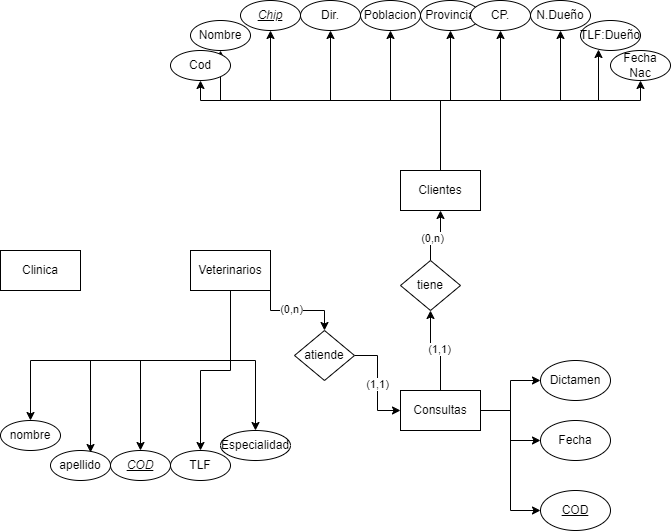
adogonz23/BAE keeps this draw.io diagram as Ejercicios/images/Diagrama_BAE_E4.drawio.png. Above is the earlier version. Source tidied: cells renumbered, new cells last; positions are measured from the earlier drawing's top-left corner, leaving out a move shared by most shapes. Source of this version:
```xml
<mxGraphModel background="#FFFFFF">
  <root>
    <mxCell id="0" />
    <mxCell id="1" parent="0" />
    <mxCell id="2" value="Clinica" style="rounded=0;whiteSpace=wrap;html=1;" parent="1" vertex="1">
      <mxGeometry y="250" width="80" height="40" as="geometry" />
    </mxCell>
    <mxCell id="3" style="edgeStyle=orthogonalEdgeStyle;rounded=0;jettySize=auto;html=1;entryX=0.5;entryY=1;entryDx=0;entryDy=0;" parent="1" edge="1" source="8" target="31">
      <mxGeometry relative="1" as="geometry" />
    </mxCell>
    <mxCell id="4" value="(1,1)" style="edgeLabel;html=1;align=center;verticalAlign=middle;" parent="3" vertex="1">
      <mxGeometry x="-0.07" y="-2" relative="1" as="geometry" />
    </mxCell>
    <mxCell id="5" style="edgeStyle=orthogonalEdgeStyle;rounded=0;jettySize=auto;html=1;" parent="1" edge="1" source="8" target="49">
      <mxGeometry relative="1" as="geometry" />
    </mxCell>
    <mxCell id="6" style="edgeStyle=orthogonalEdgeStyle;rounded=0;jettySize=auto;html=1;entryX=0;entryY=0.5;entryDx=0;entryDy=0;" parent="1" edge="1" source="8" target="47">
      <mxGeometry relative="1" as="geometry" />
    </mxCell>
    <mxCell id="7" style="edgeStyle=orthogonalEdgeStyle;rounded=0;jettySize=auto;html=1;entryX=0;entryY=0.5;entryDx=0;entryDy=0;" parent="1" edge="1" source="8" target="48">
      <mxGeometry relative="1" as="geometry" />
    </mxCell>
    <mxCell id="8" value="Consultas" style="rounded=0;whiteSpace=wrap;html=1;" parent="1" vertex="1">
      <mxGeometry x="400" y="390" width="80" height="40" as="geometry" />
    </mxCell>
    <mxCell id="9" style="edgeStyle=orthogonalEdgeStyle;rounded=0;jettySize=auto;html=1;entryX=0.5;entryY=1;entryDx=0;entryDy=0;" parent="1" edge="1" source="18" target="33">
      <mxGeometry relative="1" as="geometry" />
    </mxCell>
    <mxCell id="10" style="edgeStyle=orthogonalEdgeStyle;rounded=0;jettySize=auto;html=1;entryX=0.5;entryY=1;entryDx=0;entryDy=0;" parent="1" edge="1" source="18" target="37">
      <mxGeometry relative="1" as="geometry">
        <Array as="points">
          <mxPoint x="440" y="100" />
          <mxPoint x="640" y="100" />
        </Array>
      </mxGeometry>
    </mxCell>
    <mxCell id="11" style="edgeStyle=orthogonalEdgeStyle;rounded=0;jettySize=auto;html=1;entryX=0.5;entryY=1;entryDx=0;entryDy=0;" parent="1" edge="1" source="18" target="39">
      <mxGeometry relative="1" as="geometry">
        <Array as="points">
          <mxPoint x="440" y="100" />
          <mxPoint x="560" y="100" />
        </Array>
      </mxGeometry>
    </mxCell>
    <mxCell id="12" style="edgeStyle=orthogonalEdgeStyle;rounded=0;jettySize=auto;html=1;entryX=0.5;entryY=1;entryDx=0;entryDy=0;" parent="1" edge="1" source="18" target="41">
      <mxGeometry relative="1" as="geometry" />
    </mxCell>
    <mxCell id="13" style="edgeStyle=orthogonalEdgeStyle;rounded=0;jettySize=auto;html=1;entryX=0.5;entryY=1;entryDx=0;entryDy=0;" parent="1" edge="1" source="18" target="40">
      <mxGeometry relative="1" as="geometry" />
    </mxCell>
    <mxCell id="14" style="edgeStyle=orthogonalEdgeStyle;rounded=0;jettySize=auto;html=1;entryX=0.5;entryY=1;entryDx=0;entryDy=0;" parent="1" edge="1" source="18" target="35">
      <mxGeometry relative="1" as="geometry">
        <Array as="points">
          <mxPoint x="440" y="100" />
          <mxPoint x="330" y="100" />
        </Array>
      </mxGeometry>
    </mxCell>
    <mxCell id="15" style="edgeStyle=orthogonalEdgeStyle;rounded=0;jettySize=auto;html=1;entryX=0.5;entryY=1;entryDx=0;entryDy=0;" parent="1" edge="1" source="18" target="34">
      <mxGeometry relative="1" as="geometry">
        <Array as="points">
          <mxPoint x="440" y="100" />
          <mxPoint x="270" y="100" />
        </Array>
      </mxGeometry>
    </mxCell>
    <mxCell id="16" style="edgeStyle=orthogonalEdgeStyle;rounded=0;jettySize=auto;html=1;" parent="1" edge="1" source="18" target="36">
      <mxGeometry relative="1" as="geometry">
        <Array as="points">
          <mxPoint x="440" y="100" />
          <mxPoint x="220" y="100" />
        </Array>
      </mxGeometry>
    </mxCell>
    <mxCell id="17" style="edgeStyle=orthogonalEdgeStyle;rounded=0;jettySize=auto;html=1;" parent="1" edge="1" source="18" target="32">
      <mxGeometry relative="1" as="geometry">
        <Array as="points">
          <mxPoint x="440" y="100" />
          <mxPoint x="200" y="100" />
        </Array>
      </mxGeometry>
    </mxCell>
    <mxCell id="18" value="Clientes" style="rounded=0;whiteSpace=wrap;html=1;" parent="1" vertex="1">
      <mxGeometry x="400" y="170" width="80" height="40" as="geometry" />
    </mxCell>
    <mxCell id="19" style="edgeStyle=orthogonalEdgeStyle;rounded=0;jettySize=auto;html=1;exitX=1;exitY=1;exitDx=0;exitDy=0;" parent="1" edge="1" source="25" target="28">
      <mxGeometry relative="1" as="geometry" />
    </mxCell>
    <mxCell id="20" value="(0,n)" style="edgeLabel;html=1;align=center;verticalAlign=middle;" parent="19" vertex="1">
      <mxGeometry x="-0.15" y="2" relative="1" as="geometry" />
    </mxCell>
    <mxCell id="21" style="edgeStyle=orthogonalEdgeStyle;rounded=0;jettySize=auto;html=1;entryX=0.5;entryY=0;entryDx=0;entryDy=0;" parent="1" edge="1" source="25" target="45">
      <mxGeometry relative="1" as="geometry" />
    </mxCell>
    <mxCell id="22" style="edgeStyle=orthogonalEdgeStyle;rounded=0;jettySize=auto;html=1;entryX=0.5;entryY=0;entryDx=0;entryDy=0;" parent="1" edge="1" source="25" target="46">
      <mxGeometry relative="1" as="geometry" />
    </mxCell>
    <mxCell id="23" style="edgeStyle=orthogonalEdgeStyle;rounded=0;jettySize=auto;html=1;entryX=0.5;entryY=0;entryDx=0;entryDy=0;" parent="1" edge="1" source="25" target="44">
      <mxGeometry relative="1" as="geometry">
        <Array as="points">
          <mxPoint x="230" y="360" />
          <mxPoint x="140" y="360" />
        </Array>
      </mxGeometry>
    </mxCell>
    <mxCell id="24" style="edgeStyle=orthogonalEdgeStyle;rounded=0;jettySize=auto;html=1;entryX=0.5;entryY=0;entryDx=0;entryDy=0;" parent="1" edge="1" source="25" target="42">
      <mxGeometry relative="1" as="geometry">
        <Array as="points">
          <mxPoint x="230" y="360" />
          <mxPoint x="30" y="360" />
        </Array>
      </mxGeometry>
    </mxCell>
    <mxCell id="25" value="Veterinarios" style="rounded=0;whiteSpace=wrap;html=1;" parent="1" vertex="1">
      <mxGeometry x="190" y="250" width="80" height="40" as="geometry" />
    </mxCell>
    <mxCell id="26" style="edgeStyle=orthogonalEdgeStyle;rounded=0;jettySize=auto;html=1;entryX=0;entryY=0.5;entryDx=0;entryDy=0;" parent="1" edge="1" source="28" target="8">
      <mxGeometry relative="1" as="geometry" />
    </mxCell>
    <mxCell id="27" value="(1,1)" style="edgeLabel;html=1;align=center;verticalAlign=middle;" parent="26" vertex="1">
      <mxGeometry x="0.01" y="-1" relative="1" as="geometry" />
    </mxCell>
    <mxCell id="28" value="atiende" style="rhombus;whiteSpace=wrap;html=1;" parent="1" vertex="1">
      <mxGeometry x="294" y="330" width="60" height="50" as="geometry" />
    </mxCell>
    <mxCell id="29" style="edgeStyle=orthogonalEdgeStyle;rounded=0;jettySize=auto;html=1;entryX=0.5;entryY=1;entryDx=0;entryDy=0;" parent="1" edge="1" source="31" target="18">
      <mxGeometry relative="1" as="geometry" />
    </mxCell>
    <mxCell id="30" value="(0,n)" style="edgeLabel;html=1;align=center;verticalAlign=middle;" parent="29" vertex="1">
      <mxGeometry x="-0.23" y="-1" relative="1" as="geometry" />
    </mxCell>
    <mxCell id="31" value="tiene" style="rhombus;whiteSpace=wrap;html=1;" parent="1" vertex="1">
      <mxGeometry x="400" y="260" width="60" height="50" as="geometry" />
    </mxCell>
    <mxCell id="32" value="Cod" style="ellipse;whiteSpace=wrap;html=1;" parent="1" vertex="1">
      <mxGeometry x="170" y="50" width="60" height="30" as="geometry" />
    </mxCell>
    <mxCell id="33" value="Provincia" style="ellipse;whiteSpace=wrap;html=1;" parent="1" vertex="1">
      <mxGeometry x="420" width="60" height="30" as="geometry" />
    </mxCell>
    <mxCell id="34" value="&lt;i&gt;&lt;u&gt;Chip&lt;/u&gt;&lt;/i&gt;" style="ellipse;whiteSpace=wrap;html=1;" parent="1" vertex="1">
      <mxGeometry x="240" width="60" height="30" as="geometry" />
    </mxCell>
    <mxCell id="35" value="Dir." style="ellipse;whiteSpace=wrap;html=1;" parent="1" vertex="1">
      <mxGeometry x="300" width="60" height="30" as="geometry" />
    </mxCell>
    <mxCell id="36" value="Nombre" style="ellipse;whiteSpace=wrap;html=1;" parent="1" vertex="1">
      <mxGeometry x="190" y="20" width="60" height="30" as="geometry" />
    </mxCell>
    <mxCell id="37" value="Fecha Nac" style="ellipse;whiteSpace=wrap;html=1;" parent="1" vertex="1">
      <mxGeometry x="610" y="50" width="60" height="30" as="geometry" />
    </mxCell>
    <mxCell id="38" value="TLF:Dueño" style="ellipse;whiteSpace=wrap;html=1;" parent="1" vertex="1">
      <mxGeometry x="580" y="20" width="60" height="30" as="geometry" />
    </mxCell>
    <mxCell id="39" value="N.Dueño" style="ellipse;whiteSpace=wrap;html=1;" parent="1" vertex="1">
      <mxGeometry x="530" width="60" height="30" as="geometry" />
    </mxCell>
    <mxCell id="40" value="Poblacion" style="ellipse;whiteSpace=wrap;html=1;" parent="1" vertex="1">
      <mxGeometry x="360" width="60" height="30" as="geometry" />
    </mxCell>
    <mxCell id="41" value="CP." style="ellipse;whiteSpace=wrap;html=1;" parent="1" vertex="1">
      <mxGeometry x="470" width="60" height="30" as="geometry" />
    </mxCell>
    <mxCell id="42" value="nombre" style="ellipse;whiteSpace=wrap;html=1;" parent="1" vertex="1">
      <mxGeometry y="420" width="60" height="30" as="geometry" />
    </mxCell>
    <mxCell id="43" value="apellido" style="ellipse;whiteSpace=wrap;html=1;" parent="1" vertex="1">
      <mxGeometry x="50" y="450" width="60" height="30" as="geometry" />
    </mxCell>
    <mxCell id="44" value="&lt;i&gt;&lt;u&gt;COD&lt;/u&gt;&lt;/i&gt;" style="ellipse;whiteSpace=wrap;html=1;" parent="1" vertex="1">
      <mxGeometry x="110" y="450" width="60" height="30" as="geometry" />
    </mxCell>
    <mxCell id="45" value="Especialidad" style="ellipse;whiteSpace=wrap;html=1;" parent="1" vertex="1">
      <mxGeometry x="220" y="430" width="70" height="30" as="geometry" />
    </mxCell>
    <mxCell id="46" value="TLF" style="ellipse;whiteSpace=wrap;html=1;" parent="1" vertex="1">
      <mxGeometry x="170" y="450" width="60" height="30" as="geometry" />
    </mxCell>
    <mxCell id="47" value="Fecha" style="ellipse;whiteSpace=wrap;html=1;" parent="1" vertex="1">
      <mxGeometry x="540" y="420" width="70" height="40" as="geometry" />
    </mxCell>
    <mxCell id="48" value="&lt;u&gt;COD&lt;/u&gt;" style="ellipse;whiteSpace=wrap;html=1;" parent="1" vertex="1">
      <mxGeometry x="540" y="490" width="70" height="40" as="geometry" />
    </mxCell>
    <mxCell id="49" value="Dictamen" style="ellipse;whiteSpace=wrap;html=1;" parent="1" vertex="1">
      <mxGeometry x="540" y="360" width="70" height="40" as="geometry" />
    </mxCell>
    <mxCell id="50" style="edgeStyle=orthogonalEdgeStyle;rounded=0;jettySize=auto;html=1;entryX=0.667;entryY=0.067;entryDx=0;entryDy=0;entryPerimeter=0;" parent="1" edge="1" source="25" target="43">
      <mxGeometry relative="1" as="geometry">
        <Array as="points">
          <mxPoint x="230" y="360" />
          <mxPoint x="90" y="360" />
        </Array>
      </mxGeometry>
    </mxCell>
    <mxCell id="51" style="edgeStyle=orthogonalEdgeStyle;rounded=0;jettySize=auto;html=1;entryX=0.3;entryY=0.967;entryDx=0;entryDy=0;entryPerimeter=0;" parent="1" edge="1" source="18" target="38">
      <mxGeometry relative="1" as="geometry">
        <Array as="points">
          <mxPoint x="440" y="100" />
          <mxPoint x="598" y="100" />
        </Array>
      </mxGeometry>
    </mxCell>
  </root>
</mxGraphModel>
```
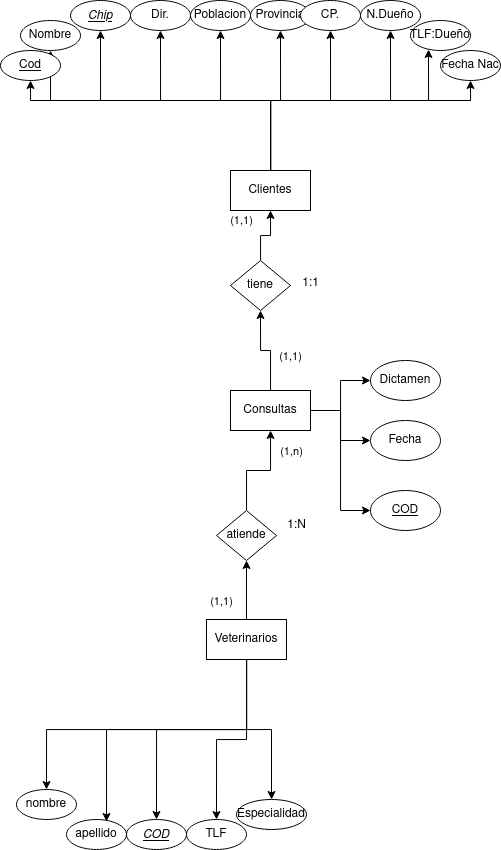
Later version of the same file.

The edit, as a diff of the source:
```diff
@@ -2,14 +2,13 @@
   <root>
     <mxCell id="0" />
     <mxCell id="1" parent="0" />
-    <mxCell id="2" value="Clinica" style="rounded=0;whiteSpace=wrap;html=1;" parent="1" vertex="1">
-      <mxGeometry y="250" width="80" height="40" as="geometry" />
-    </mxCell>
     <mxCell id="3" style="edgeStyle=orthogonalEdgeStyle;rounded=0;jettySize=auto;html=1;entryX=0.5;entryY=1;entryDx=0;entryDy=0;" parent="1" edge="1" source="8" target="31">
       <mxGeometry relative="1" as="geometry" />
     </mxCell>
     <mxCell id="4" value="(1,1)" style="edgeLabel;html=1;align=center;verticalAlign=middle;" parent="3" vertex="1">
-      <mxGeometry x="-0.07" y="-2" relative="1" as="geometry" />
+      <mxGeometry x="-0.07" y="-2" relative="1" as="geometry">
+        <mxPoint x="22" y="7" as="offset" />
+      </mxGeometry>
     </mxCell>
     <mxCell id="5" style="edgeStyle=orthogonalEdgeStyle;rounded=0;jettySize=auto;html=1;" parent="1" edge="1" source="8" target="49">
       <mxGeometry relative="1" as="geometry" />
@@ -83,11 +82,13 @@
     <mxCell id="18" value="Clientes" style="rounded=0;whiteSpace=wrap;html=1;" parent="1" vertex="1">
       <mxGeometry x="400" y="170" width="80" height="40" as="geometry" />
     </mxCell>
-    <mxCell id="19" style="edgeStyle=orthogonalEdgeStyle;rounded=0;jettySize=auto;html=1;exitX=1;exitY=1;exitDx=0;exitDy=0;" parent="1" edge="1" source="25" target="28">
+    <mxCell id="19" style="edgeStyle=orthogonalEdgeStyle;rounded=0;jettySize=auto;html=1;exitX=0.5;exitY=0;exitDx=0;exitDy=0;" parent="1" edge="1" source="25" target="28">
       <mxGeometry relative="1" as="geometry" />
     </mxCell>
-    <mxCell id="20" value="(0,n)" style="edgeLabel;html=1;align=center;verticalAlign=middle;" parent="19" vertex="1">
-      <mxGeometry x="-0.15" y="2" relative="1" as="geometry" />
+    <mxCell id="20" value="(1,n)" style="edgeLabel;html=1;align=center;verticalAlign=middle;" parent="19" vertex="1">
+      <mxGeometry x="-0.15" y="2" relative="1" as="geometry">
+        <mxPoint x="46" y="-144" as="offset" />
+      </mxGeometry>
     </mxCell>
     <mxCell id="21" style="edgeStyle=orthogonalEdgeStyle;rounded=0;jettySize=auto;html=1;entryX=0.5;entryY=0;entryDx=0;entryDy=0;" parent="1" edge="1" source="25" target="45">
       <mxGeometry relative="1" as="geometry" />
@@ -98,41 +99,45 @@
     <mxCell id="23" style="edgeStyle=orthogonalEdgeStyle;rounded=0;jettySize=auto;html=1;entryX=0.5;entryY=0;entryDx=0;entryDy=0;" parent="1" edge="1" source="25" target="44">
       <mxGeometry relative="1" as="geometry">
         <Array as="points">
-          <mxPoint x="230" y="360" />
-          <mxPoint x="140" y="360" />
+          <mxPoint x="416" y="729" />
+          <mxPoint x="326" y="729" />
         </Array>
       </mxGeometry>
     </mxCell>
     <mxCell id="24" style="edgeStyle=orthogonalEdgeStyle;rounded=0;jettySize=auto;html=1;entryX=0.5;entryY=0;entryDx=0;entryDy=0;" parent="1" edge="1" source="25" target="42">
       <mxGeometry relative="1" as="geometry">
         <Array as="points">
-          <mxPoint x="230" y="360" />
-          <mxPoint x="30" y="360" />
+          <mxPoint x="416" y="729" />
+          <mxPoint x="216" y="729" />
         </Array>
       </mxGeometry>
     </mxCell>
     <mxCell id="25" value="Veterinarios" style="rounded=0;whiteSpace=wrap;html=1;" parent="1" vertex="1">
-      <mxGeometry x="190" y="250" width="80" height="40" as="geometry" />
+      <mxGeometry x="376" y="619" width="80" height="40" as="geometry" />
     </mxCell>
-    <mxCell id="26" style="edgeStyle=orthogonalEdgeStyle;rounded=0;jettySize=auto;html=1;entryX=0;entryY=0.5;entryDx=0;entryDy=0;" parent="1" edge="1" source="28" target="8">
+    <mxCell id="26" style="edgeStyle=orthogonalEdgeStyle;rounded=0;jettySize=auto;html=1;" parent="1" edge="1" source="28" target="8">
       <mxGeometry relative="1" as="geometry" />
     </mxCell>
     <mxCell id="27" value="(1,1)" style="edgeLabel;html=1;align=center;verticalAlign=middle;" parent="26" vertex="1">
-      <mxGeometry x="0.01" y="-1" relative="1" as="geometry" />
+      <mxGeometry x="0.01" y="-1" relative="1" as="geometry">
+        <mxPoint x="-39" y="129" as="offset" />
+      </mxGeometry>
     </mxCell>
     <mxCell id="28" value="atiende" style="rhombus;whiteSpace=wrap;html=1;" parent="1" vertex="1">
-      <mxGeometry x="294" y="330" width="60" height="50" as="geometry" />
+      <mxGeometry x="386" y="510" width="60" height="50" as="geometry" />
     </mxCell>
     <mxCell id="29" style="edgeStyle=orthogonalEdgeStyle;rounded=0;jettySize=auto;html=1;entryX=0.5;entryY=1;entryDx=0;entryDy=0;" parent="1" edge="1" source="31" target="18">
       <mxGeometry relative="1" as="geometry" />
     </mxCell>
-    <mxCell id="30" value="(0,n)" style="edgeLabel;html=1;align=center;verticalAlign=middle;" parent="29" vertex="1">
-      <mxGeometry x="-0.23" y="-1" relative="1" as="geometry" />
+    <mxCell id="30" value="(1,1)" style="edgeLabel;html=1;align=center;verticalAlign=middle;" parent="29" vertex="1">
+      <mxGeometry x="-0.23" y="-1" relative="1" as="geometry">
+        <mxPoint x="-21" y="-17" as="offset" />
+      </mxGeometry>
     </mxCell>
     <mxCell id="31" value="tiene" style="rhombus;whiteSpace=wrap;html=1;" parent="1" vertex="1">
       <mxGeometry x="400" y="260" width="60" height="50" as="geometry" />
     </mxCell>
-    <mxCell id="32" value="Cod" style="ellipse;whiteSpace=wrap;html=1;" parent="1" vertex="1">
+    <mxCell id="32" value="&lt;u&gt;Cod&lt;/u&gt;" style="ellipse;whiteSpace=wrap;html=1;" parent="1" vertex="1">
       <mxGeometry x="170" y="50" width="60" height="30" as="geometry" />
     </mxCell>
     <mxCell id="33" value="Provincia" style="ellipse;whiteSpace=wrap;html=1;" parent="1" vertex="1">
@@ -163,19 +168,19 @@
       <mxGeometry x="470" width="60" height="30" as="geometry" />
     </mxCell>
     <mxCell id="42" value="nombre" style="ellipse;whiteSpace=wrap;html=1;" parent="1" vertex="1">
-      <mxGeometry y="420" width="60" height="30" as="geometry" />
+      <mxGeometry x="186" y="789" width="60" height="30" as="geometry" />
     </mxCell>
     <mxCell id="43" value="apellido" style="ellipse;whiteSpace=wrap;html=1;" parent="1" vertex="1">
-      <mxGeometry x="50" y="450" width="60" height="30" as="geometry" />
+      <mxGeometry x="236" y="819" width="60" height="30" as="geometry" />
     </mxCell>
     <mxCell id="44" value="&lt;i&gt;&lt;u&gt;COD&lt;/u&gt;&lt;/i&gt;" style="ellipse;whiteSpace=wrap;html=1;" parent="1" vertex="1">
-      <mxGeometry x="110" y="450" width="60" height="30" as="geometry" />
+      <mxGeometry x="296" y="819" width="60" height="30" as="geometry" />
     </mxCell>
     <mxCell id="45" value="Especialidad" style="ellipse;whiteSpace=wrap;html=1;" parent="1" vertex="1">
-      <mxGeometry x="220" y="430" width="70" height="30" as="geometry" />
+      <mxGeometry x="406" y="799" width="70" height="30" as="geometry" />
     </mxCell>
     <mxCell id="46" value="TLF" style="ellipse;whiteSpace=wrap;html=1;" parent="1" vertex="1">
-      <mxGeometry x="170" y="450" width="60" height="30" as="geometry" />
+      <mxGeometry x="356" y="819" width="60" height="30" as="geometry" />
     </mxCell>
     <mxCell id="47" value="Fecha" style="ellipse;whiteSpace=wrap;html=1;" parent="1" vertex="1">
       <mxGeometry x="540" y="420" width="70" height="40" as="geometry" />
@@ -189,8 +194,8 @@
     <mxCell id="50" style="edgeStyle=orthogonalEdgeStyle;rounded=0;jettySize=auto;html=1;entryX=0.667;entryY=0.067;entryDx=0;entryDy=0;entryPerimeter=0;" parent="1" edge="1" source="25" target="43">
       <mxGeometry relative="1" as="geometry">
         <Array as="points">
-          <mxPoint x="230" y="360" />
-          <mxPoint x="90" y="360" />
+          <mxPoint x="416" y="729" />
+          <mxPoint x="276" y="729" />
         </Array>
       </mxGeometry>
     </mxCell>
@@ -202,5 +207,11 @@
         </Array>
       </mxGeometry>
     </mxCell>
+    <mxCell id="52" value="1:1" style="text;html=1;align=center;verticalAlign=middle;strokeColor=none;fillColor=none;" parent="1" vertex="1">
+      <mxGeometry x="460" y="268" width="40" height="30" as="geometry" />
+    </mxCell>
+    <mxCell id="53" value="1:N" style="text;html=1;align=center;verticalAlign=middle;strokeColor=none;fillColor=none;" parent="1" vertex="1">
+      <mxGeometry x="446" y="510" width="40" height="30" as="geometry" />
+    </mxCell>
   </root>
 </mxGraphModel>
```
